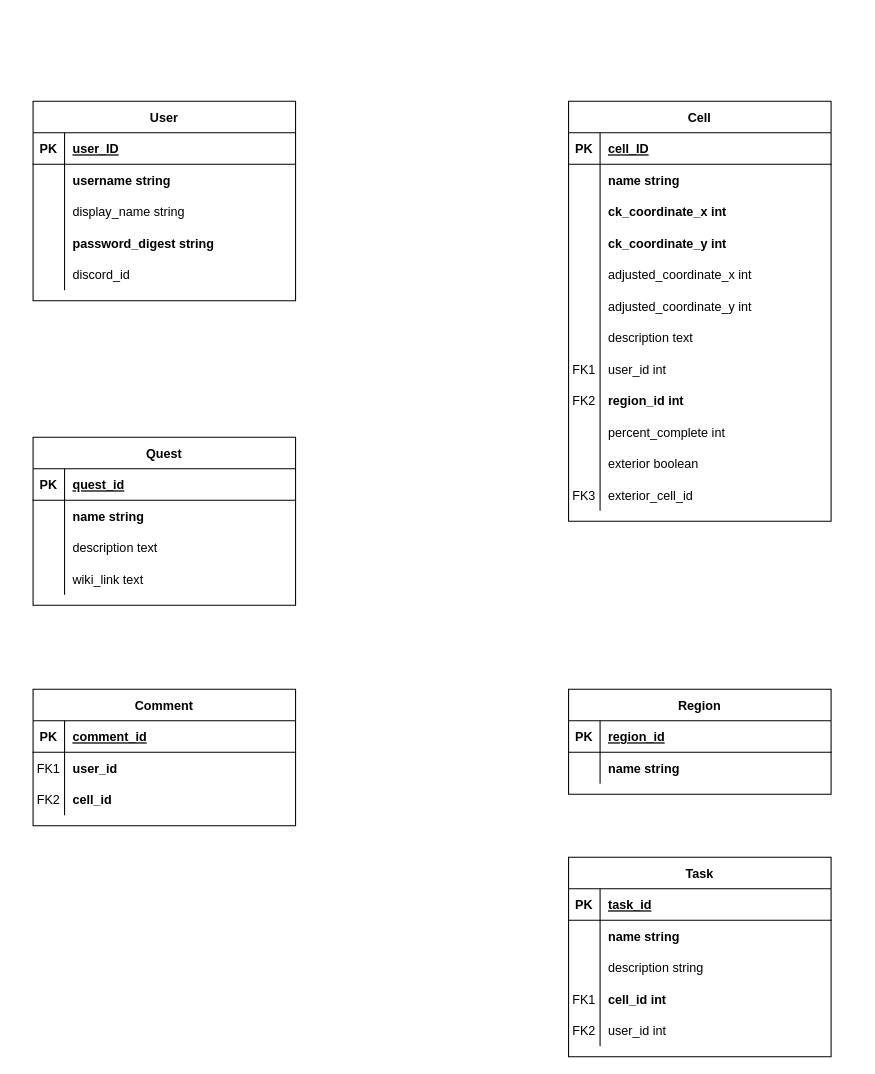
The draw.io diagram CascadiaCellTracker.drawio in kingsley113/Phase3-Rails-Project-CascadiaCellMate, before the edit. Source tidied: cells renumbered, new cells numbered last; positions are measured from the earlier drawing's top-left corner, leaving out a move shared by most shapes. Both pictures are drawn from the tidied source at 105%, with x=0, y=0 at pixel (33, 101).
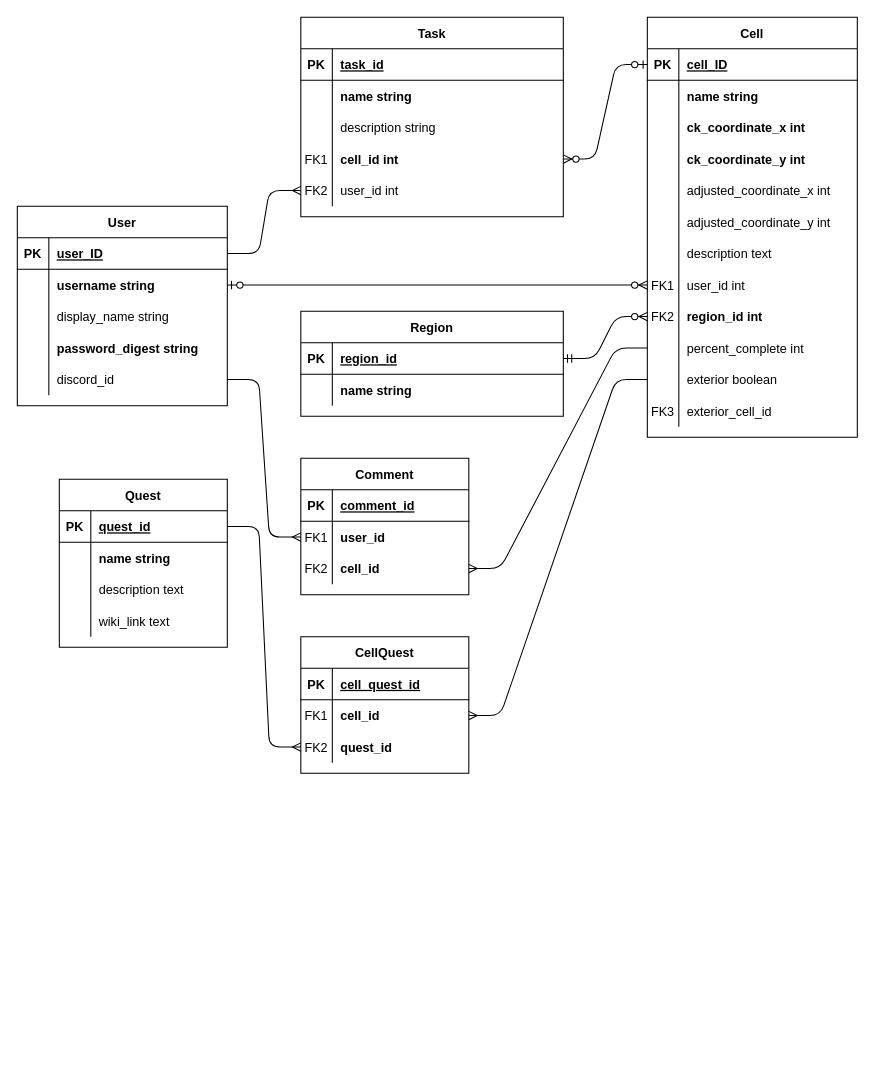
The same page after the edit.

Unchanged cells that the change refers to:
```xml
<mxCell id="78" style="shape=partialRectangle;fillColor=none;points=[[0,0.5],[1,0.5]];portConstraint=eastwest;top=0;left=0;right=0;bottom=0;" parent="68" vertex="1">
  <mxGeometry y="120" width="250" height="30" as="geometry" />
</mxCell>
<mxCell id="81" style="shape=partialRectangle;fillColor=none;points=[[0,0.5],[1,0.5]];portConstraint=eastwest;top=0;left=0;right=0;bottom=0;" parent="68" vertex="1">
  <mxGeometry y="150" width="250" height="30" as="geometry" />
</mxCell>
<mxCell id="95" style="shape=partialRectangle;fillColor=none;points=[[0,0.5],[1,0.5]];portConstraint=eastwest;top=0;left=0;right=0;bottom=1;" parent="94" vertex="1">
  <mxGeometry y="30" width="250" height="30" as="geometry" />
</mxCell>
```

The edit, as a diff of the source:
```diff
@@
     <mxCell id="2" value="Cell" style="shape=table;startSize=30;childLayout=tableLayout;rowLines=0;fontStyle=1;align=center;" parent="1" vertex="1">
-      <mxGeometry x="510" width="250" height="400" as="geometry" />
+      <mxGeometry x="585" y="-80" width="200" height="400" as="geometry" />
     </mxCell>
     <mxCell id="3" style="shape=partialRectangle;fillColor=none;points=[[0,0.5],[1,0.5]];portConstraint=eastwest;top=0;left=0;right=0;bottom=1;" parent="2" vertex="1">
-      <mxGeometry y="30" width="250" height="30" as="geometry" />
+      <mxGeometry y="30" width="200" height="30" as="geometry" />
     </mxCell>
@@
     <mxCell id="5" value="cell_ID" style="shape=partialRectangle;overflow=hidden;fillColor=none;top=0;left=0;bottom=0;right=0;align=left;spacingLeft=6;fontStyle=5;" parent="3" vertex="1">
-      <mxGeometry x="30" width="220" height="30" as="geometry" />
+      <mxGeometry x="30" width="170" height="30" as="geometry" />
     </mxCell>
     <mxCell id="6" style="shape=partialRectangle;fillColor=none;top=0;left=0;right=0;bottom=0;" parent="2" vertex="1">
-      <mxGeometry y="60" width="250" height="30" as="geometry" />
+      <mxGeometry y="60" width="200" height="30" as="geometry" />
     </mxCell>
@@
     <mxCell id="8" value="name string" style="shape=partialRectangle;overflow=hidden;fillColor=none;top=0;left=0;bottom=0;right=0;align=left;spacingLeft=6;fontStyle=1;" parent="6" vertex="1">
-      <mxGeometry x="30" width="220" height="30" as="geometry" />
+      <mxGeometry x="30" width="170" height="30" as="geometry" />
     </mxCell>
     <mxCell id="9" style="shape=partialRectangle;fillColor=none;top=0;left=0;right=0;bottom=0;" parent="2" vertex="1">
-      <mxGeometry y="90" width="250" height="30" as="geometry" />
+      <mxGeometry y="90" width="200" height="30" as="geometry" />
     </mxCell>
@@
     <mxCell id="11" value="ck_coordinate_x int" style="shape=partialRectangle;overflow=hidden;fillColor=none;top=0;left=0;bottom=0;right=0;align=left;spacingLeft=6;fontStyle=1;" parent="9" vertex="1">
-      <mxGeometry x="30" width="220" height="30" as="geometry" />
+      <mxGeometry x="30" width="170" height="30" as="geometry" />
     </mxCell>
     <mxCell id="12" style="shape=partialRectangle;fillColor=none;top=0;left=0;right=0;bottom=0;" parent="2" vertex="1">
-      <mxGeometry y="120" width="250" height="30" as="geometry" />
+      <mxGeometry y="120" width="200" height="30" as="geometry" />
     </mxCell>
@@
     <mxCell id="14" value="ck_coordinate_y int" style="shape=partialRectangle;overflow=hidden;fillColor=none;top=0;left=0;bottom=0;right=0;align=left;spacingLeft=6;fontStyle=1;" parent="12" vertex="1">
-      <mxGeometry x="30" width="220" height="30" as="geometry" />
+      <mxGeometry x="30" width="170" height="30" as="geometry" />
     </mxCell>
     <mxCell id="15" style="shape=partialRectangle;fillColor=none;top=0;left=0;right=0;bottom=0;" parent="2" vertex="1">
-      <mxGeometry y="150" width="250" height="30" as="geometry" />
+      <mxGeometry y="150" width="200" height="30" as="geometry" />
     </mxCell>
@@
     <mxCell id="17" value="adjusted_coordinate_x int" style="shape=partialRectangle;overflow=hidden;fillColor=none;top=0;left=0;bottom=0;right=0;align=left;spacingLeft=6;" parent="15" vertex="1">
-      <mxGeometry x="30" width="220" height="30" as="geometry" />
+      <mxGeometry x="30" width="170" height="30" as="geometry" />
     </mxCell>
     <mxCell id="18" style="shape=partialRectangle;fillColor=none;top=0;left=0;right=0;bottom=0;" parent="2" vertex="1">
-      <mxGeometry y="180" width="250" height="30" as="geometry" />
+      <mxGeometry y="180" width="200" height="30" as="geometry" />
     </mxCell>
@@
     <mxCell id="20" value="adjusted_coordinate_y int" style="shape=partialRectangle;overflow=hidden;fillColor=none;top=0;left=0;bottom=0;right=0;align=left;spacingLeft=6;" parent="18" vertex="1">
-      <mxGeometry x="30" width="220" height="30" as="geometry" />
+      <mxGeometry x="30" width="170" height="30" as="geometry" />
     </mxCell>
     <mxCell id="21" style="shape=partialRectangle;fillColor=none;top=0;left=0;right=0;bottom=0;" parent="2" vertex="1">
-      <mxGeometry y="210" width="250" height="30" as="geometry" />
+      <mxGeometry y="210" width="200" height="30" as="geometry" />
     </mxCell>
@@
     <mxCell id="23" value="description text" style="shape=partialRectangle;overflow=hidden;fillColor=none;top=0;left=0;bottom=0;right=0;align=left;spacingLeft=6;" parent="21" vertex="1">
-      <mxGeometry x="30" width="220" height="30" as="geometry" />
+      <mxGeometry x="30" width="170" height="30" as="geometry" />
     </mxCell>
     <mxCell id="24" style="shape=partialRectangle;fillColor=none;points=[[0,0.5],[1,0.5]];portConstraint=eastwest;top=0;left=0;right=0;bottom=0;" parent="2" vertex="1">
-      <mxGeometry y="240" width="250" height="30" as="geometry" />
+      <mxGeometry y="240" width="200" height="30" as="geometry" />
     </mxCell>
@@
     <mxCell id="26" value="user_id int" style="shape=partialRectangle;overflow=hidden;fillColor=none;top=0;left=0;bottom=0;right=0;align=left;spacingLeft=6;" parent="24" vertex="1">
-      <mxGeometry x="30" width="220" height="30" as="geometry" />
+      <mxGeometry x="30" width="170" height="30" as="geometry" />
     </mxCell>
     <mxCell id="27" style="shape=partialRectangle;fillColor=none;points=[[0,0.5],[1,0.5]];portConstraint=eastwest;top=0;left=0;right=0;bottom=0;" parent="2" vertex="1">
-      <mxGeometry y="270" width="250" height="30" as="geometry" />
+      <mxGeometry y="270" width="200" height="30" as="geometry" />
     </mxCell>
@@
     <mxCell id="29" value="region_id int" style="shape=partialRectangle;overflow=hidden;fillColor=none;top=0;left=0;bottom=0;right=0;align=left;spacingLeft=6;fontStyle=1;" parent="27" vertex="1">
-      <mxGeometry x="30" width="220" height="30" as="geometry" />
+      <mxGeometry x="30" width="170" height="30" as="geometry" />
     </mxCell>
     <mxCell id="30" style="shape=partialRectangle;fillColor=none;points=[[0,0.5],[1,0.5]];portConstraint=eastwest;top=0;left=0;right=0;bottom=0;" parent="2" vertex="1">
-      <mxGeometry y="300" width="250" height="30" as="geometry" />
+      <mxGeometry y="300" width="200" height="30" as="geometry" />
     </mxCell>
@@
     <mxCell id="32" value="percent_complete int" style="shape=partialRectangle;overflow=hidden;fillColor=none;top=0;left=0;bottom=0;right=0;align=left;spacingLeft=6;" parent="30" vertex="1">
-      <mxGeometry x="30" width="220" height="30" as="geometry" />
+      <mxGeometry x="30" width="170" height="30" as="geometry" />
     </mxCell>
     <mxCell id="33" style="shape=partialRectangle;fillColor=none;points=[[0,0.5],[1,0.5]];portConstraint=eastwest;top=0;left=0;right=0;bottom=0;" parent="2" vertex="1">
-      <mxGeometry y="330" width="250" height="30" as="geometry" />
+      <mxGeometry y="330" width="200" height="30" as="geometry" />
     </mxCell>
@@
     <mxCell id="35" value="exterior boolean" style="shape=partialRectangle;overflow=hidden;fillColor=none;top=0;left=0;bottom=0;right=0;align=left;spacingLeft=6;fontStyle=0;" parent="33" vertex="1">
-      <mxGeometry x="30" width="220" height="30" as="geometry" />
+      <mxGeometry x="30" width="170" height="30" as="geometry" />
     </mxCell>
     <mxCell id="36" style="shape=partialRectangle;fillColor=none;top=0;left=0;right=0;bottom=0;" parent="2" vertex="1">
-      <mxGeometry y="360" width="250" height="30" as="geometry" />
+      <mxGeometry y="360" width="200" height="30" as="geometry" />
     </mxCell>
@@
     <mxCell id="38" value="exterior_cell_id" style="shape=partialRectangle;overflow=hidden;fillColor=none;top=0;left=0;bottom=0;right=0;align=left;spacingLeft=6;" parent="36" vertex="1">
-      <mxGeometry x="30" width="220" height="30" as="geometry" />
+      <mxGeometry x="30" width="170" height="30" as="geometry" />
     </mxCell>
     <mxCell id="39" value="Quest" style="shape=table;startSize=30;childLayout=tableLayout;rowLines=0;fontStyle=1;align=center;" parent="1" vertex="1">
-      <mxGeometry y="320" width="250" height="160" as="geometry" />
+      <mxGeometry x="25" y="360" width="160" height="160" as="geometry" />
     </mxCell>
     <mxCell id="40" style="shape=partialRectangle;fillColor=none;points=[[0,0.5],[1,0.5]];portConstraint=eastwest;top=0;left=0;right=0;bottom=1;" parent="39" vertex="1">
-      <mxGeometry y="30" width="250" height="30" as="geometry" />
+      <mxGeometry y="30" width="160" height="30" as="geometry" />
     </mxCell>
@@
     <mxCell id="42" value="quest_id" style="shape=partialRectangle;overflow=hidden;fillColor=none;top=0;left=0;bottom=0;right=0;align=left;spacingLeft=6;fontStyle=5;" parent="40" vertex="1">
-      <mxGeometry x="30" width="220" height="30" as="geometry" />
+      <mxGeometry x="30" width="130" height="30" as="geometry" />
     </mxCell>
     <mxCell id="43" style="shape=partialRectangle;fillColor=none;top=0;left=0;right=0;bottom=0;" parent="39" vertex="1">
-      <mxGeometry y="60" width="250" height="30" as="geometry" />
+      <mxGeometry y="60" width="160" height="30" as="geometry" />
     </mxCell>
@@
     <mxCell id="45" value="name string" style="shape=partialRectangle;overflow=hidden;fillColor=none;top=0;left=0;bottom=0;right=0;align=left;spacingLeft=6;fontStyle=1;" parent="43" vertex="1">
-      <mxGeometry x="30" width="220" height="30" as="geometry" />
+      <mxGeometry x="30" width="130" height="30" as="geometry" />
     </mxCell>
     <mxCell id="46" style="shape=partialRectangle;fillColor=none;top=0;left=0;right=0;bottom=0;" parent="39" vertex="1">
-      <mxGeometry y="90" width="250" height="30" as="geometry" />
+      <mxGeometry y="90" width="160" height="30" as="geometry" />
     </mxCell>
@@
     <mxCell id="48" value="description text" style="shape=partialRectangle;overflow=hidden;fillColor=none;top=0;left=0;bottom=0;right=0;align=left;spacingLeft=6;" parent="46" vertex="1">
-      <mxGeometry x="30" width="220" height="30" as="geometry" />
+      <mxGeometry x="30" width="130" height="30" as="geometry" />
     </mxCell>
     <mxCell id="49" style="shape=partialRectangle;fillColor=none;top=0;left=0;right=0;bottom=0;" parent="39" vertex="1">
-      <mxGeometry y="120" width="250" height="30" as="geometry" />
+      <mxGeometry y="120" width="160" height="30" as="geometry" />
     </mxCell>
@@
     <mxCell id="51" value="wiki_link text" style="shape=partialRectangle;overflow=hidden;fillColor=none;top=0;left=0;bottom=0;right=0;align=left;spacingLeft=6;" parent="49" vertex="1">
-      <mxGeometry x="30" width="220" height="30" as="geometry" />
+      <mxGeometry x="30" width="130" height="30" as="geometry" />
     </mxCell>
     <mxCell id="52" value="User" style="shape=table;startSize=30;childLayout=tableLayout;rowLines=0;fontStyle=1;align=center;" parent="1" vertex="1">
-      <mxGeometry width="250" height="190" as="geometry" />
+      <mxGeometry x="-15" y="100" width="200" height="190" as="geometry" />
     </mxCell>
     <mxCell id="53" style="shape=partialRectangle;fillColor=none;points=[[0,0.5],[1,0.5]];portConstraint=eastwest;top=0;left=0;right=0;bottom=1;" parent="52" vertex="1">
-      <mxGeometry y="30" width="250" height="30" as="geometry" />
+      <mxGeometry y="30" width="200" height="30" as="geometry" />
     </mxCell>
@@
     <mxCell id="55" value="user_ID" style="shape=partialRectangle;overflow=hidden;fillColor=none;top=0;left=0;bottom=0;right=0;align=left;spacingLeft=6;fontStyle=5;" parent="53" vertex="1">
-      <mxGeometry x="30" width="220" height="30" as="geometry" />
+      <mxGeometry x="30" width="170" height="30" as="geometry" />
     </mxCell>
     <mxCell id="56" style="shape=partialRectangle;fillColor=none;points=[[0,0.5],[1,0.5]];portConstraint=eastwest;top=0;left=0;right=0;bottom=0;" parent="52" vertex="1">
-      <mxGeometry y="60" width="250" height="30" as="geometry" />
+      <mxGeometry y="60" width="200" height="30" as="geometry" />
     </mxCell>
@@
     <mxCell id="58" value="username string" style="shape=partialRectangle;overflow=hidden;fillColor=none;top=0;left=0;bottom=0;right=0;align=left;spacingLeft=6;fontStyle=1;" parent="56" vertex="1">
-      <mxGeometry x="30" width="220" height="30" as="geometry" />
+      <mxGeometry x="30" width="170" height="30" as="geometry" />
     </mxCell>
     <mxCell id="59" style="shape=partialRectangle;fillColor=none;top=0;left=0;right=0;bottom=0;" parent="52" vertex="1">
-      <mxGeometry y="90" width="250" height="30" as="geometry" />
+      <mxGeometry y="90" width="200" height="30" as="geometry" />
     </mxCell>
@@
     <mxCell id="61" value="display_name string" style="shape=partialRectangle;overflow=hidden;fillColor=none;top=0;left=0;bottom=0;right=0;align=left;spacingLeft=6;" parent="59" vertex="1">
-      <mxGeometry x="30" width="220" height="30" as="geometry" />
+      <mxGeometry x="30" width="170" height="30" as="geometry" />
     </mxCell>
     <mxCell id="62" style="shape=partialRectangle;fillColor=none;top=0;left=0;right=0;bottom=0;" parent="52" vertex="1">
-      <mxGeometry y="120" width="250" height="30" as="geometry" />
+      <mxGeometry y="120" width="200" height="30" as="geometry" />
     </mxCell>
@@
     <mxCell id="64" value="password_digest string" style="shape=partialRectangle;overflow=hidden;fillColor=none;top=0;left=0;bottom=0;right=0;align=left;spacingLeft=6;fontStyle=1;" parent="62" vertex="1">
-      <mxGeometry x="30" width="220" height="30" as="geometry" />
+      <mxGeometry x="30" width="170" height="30" as="geometry" />
     </mxCell>
     <mxCell id="65" style="shape=partialRectangle;fillColor=none;points=[[0,0.5],[1,0.5]];portConstraint=eastwest;top=0;left=0;right=0;bottom=0;" parent="52" vertex="1">
-      <mxGeometry y="150" width="250" height="30" as="geometry" />
+      <mxGeometry y="150" width="200" height="30" as="geometry" />
     </mxCell>
@@
     <mxCell id="67" value="discord_id" style="shape=partialRectangle;overflow=hidden;fillColor=none;top=0;left=0;bottom=0;right=0;align=left;spacingLeft=6;" parent="65" vertex="1">
-      <mxGeometry x="30" width="220" height="30" as="geometry" />
+      <mxGeometry x="30" width="170" height="30" as="geometry" />
     </mxCell>
     <mxCell id="68" value="Task" style="shape=table;startSize=30;childLayout=tableLayout;rowLines=0;fontStyle=1;align=center;" parent="1" vertex="1">
-      <mxGeometry x="510" y="720" width="250" height="190" as="geometry" />
+      <mxGeometry x="255" y="-80" width="250" height="190" as="geometry" />
     </mxCell>
@@
     <mxCell id="84" value="Comment" style="shape=table;startSize=30;childLayout=tableLayout;rowLines=0;fontStyle=1;align=center;" parent="1" vertex="1">
-      <mxGeometry y="560" width="250" height="130" as="geometry" />
+      <mxGeometry x="255" y="340" width="160" height="130" as="geometry" />
     </mxCell>
     <mxCell id="85" style="shape=partialRectangle;fillColor=none;top=0;left=0;right=0;bottom=1;" parent="84" vertex="1">
-      <mxGeometry y="30" width="250" height="30" as="geometry" />
+      <mxGeometry y="30" width="160" height="30" as="geometry" />
     </mxCell>
@@
     <mxCell id="87" value="comment_id" style="shape=partialRectangle;overflow=hidden;fillColor=none;top=0;left=0;bottom=0;right=0;align=left;spacingLeft=6;fontStyle=5;" parent="85" vertex="1">
-      <mxGeometry x="30" width="220" height="30" as="geometry" />
+      <mxGeometry x="30" width="130" height="30" as="geometry" />
     </mxCell>
     <mxCell id="88" style="shape=partialRectangle;fillColor=none;points=[[0,0.5],[1,0.5]];portConstraint=eastwest;top=0;left=0;right=0;bottom=0;" parent="84" vertex="1">
-      <mxGeometry y="60" width="250" height="30" as="geometry" />
+      <mxGeometry y="60" width="160" height="30" as="geometry" />
     </mxCell>
@@
     <mxCell id="90" value="user_id" style="shape=partialRectangle;overflow=hidden;fillColor=none;top=0;left=0;bottom=0;right=0;align=left;spacingLeft=6;fontStyle=1;" parent="88" vertex="1">
-      <mxGeometry x="30" width="220" height="30" as="geometry" />
+      <mxGeometry x="30" width="130" height="30" as="geometry" />
     </mxCell>
     <mxCell id="91" style="shape=partialRectangle;fillColor=none;points=[[0,0.5],[1,0.5]];portConstraint=eastwest;top=0;left=0;right=0;bottom=0;" parent="84" vertex="1">
-      <mxGeometry y="90" width="250" height="30" as="geometry" />
+      <mxGeometry y="90" width="160" height="30" as="geometry" />
     </mxCell>
@@
     <mxCell id="93" value="cell_id" style="shape=partialRectangle;overflow=hidden;fillColor=none;top=0;left=0;bottom=0;right=0;align=left;spacingLeft=6;fontStyle=1;" parent="91" vertex="1">
-      <mxGeometry x="30" width="220" height="30" as="geometry" />
+      <mxGeometry x="30" width="130" height="30" as="geometry" />
     </mxCell>
     <mxCell id="94" value="Region" style="shape=table;startSize=30;childLayout=tableLayout;rowLines=0;fontStyle=1;align=center;" parent="1" vertex="1">
-      <mxGeometry x="510" y="560" width="250" height="100" as="geometry" />
+      <mxGeometry x="255" y="200" width="250" height="100" as="geometry" />
     </mxCell>
@@
+    <mxCell id="101" style="edgeStyle=entityRelationEdgeStyle;fontSize=12;html=1;endArrow=ERzeroToMany;startArrow=ERzeroToOne;endFill=1;startFill=1;" parent="1" edge="1" source="56" target="24">
+      <mxGeometry relative="1" as="geometry" />
+    </mxCell>
+    <mxCell id="102" style="edgeStyle=entityRelationEdgeStyle;fontSize=12;html=1;endArrow=ERzeroToMany;startArrow=ERmandOne;" parent="1" edge="1" source="95" target="27">
+      <mxGeometry relative="1" as="geometry" />
+    </mxCell>
+    <mxCell id="103" style="edgeStyle=entityRelationEdgeStyle;fontSize=12;html=1;endArrow=ERzeroToMany;startArrow=ERzeroToOne;" parent="1" edge="1" source="3" target="78">
+      <mxGeometry relative="1" as="geometry" />
+    </mxCell>
+    <mxCell id="104" value="CellQuest" style="shape=table;startSize=30;childLayout=tableLayout;rowLines=0;fontStyle=1;align=center;" parent="1" vertex="1">
+      <mxGeometry x="255" y="510" width="160" height="130" as="geometry" />
+    </mxCell>
+    <mxCell id="105" style="shape=partialRectangle;fillColor=none;top=0;left=0;right=0;bottom=1;" parent="104" vertex="1">
+      <mxGeometry y="30" width="160" height="30" as="geometry" />
+    </mxCell>
+    <mxCell id="106" value="PK" style="shape=partialRectangle;overflow=hidden;fillColor=none;top=0;left=0;bottom=0;right=0;fontStyle=1;" parent="105" vertex="1">
+      <mxGeometry width="30" height="30" as="geometry" />
+    </mxCell>
+    <mxCell id="107" value="cell_quest_id" style="shape=partialRectangle;overflow=hidden;fillColor=none;top=0;left=0;bottom=0;right=0;align=left;spacingLeft=6;fontStyle=5;" parent="105" vertex="1">
+      <mxGeometry x="30" width="130" height="30" as="geometry" />
+    </mxCell>
+    <mxCell id="108" style="shape=partialRectangle;fillColor=none;points=[[0,0.5],[1,0.5]];portConstraint=eastwest;top=0;left=0;right=0;bottom=0;" parent="104" vertex="1">
+      <mxGeometry y="60" width="160" height="30" as="geometry" />
+    </mxCell>
+    <mxCell id="109" value="FK1" style="shape=partialRectangle;overflow=hidden;fillColor=none;top=0;left=0;bottom=0;right=0;" parent="108" vertex="1">
+      <mxGeometry width="30" height="30" as="geometry" />
+    </mxCell>
+    <mxCell id="110" value="cell_id" style="shape=partialRectangle;overflow=hidden;fillColor=none;top=0;left=0;bottom=0;right=0;align=left;spacingLeft=6;fontStyle=1;" parent="108" vertex="1">
+      <mxGeometry x="30" width="130" height="30" as="geometry" />
+    </mxCell>
+    <mxCell id="111" style="shape=partialRectangle;fillColor=none;points=[[0,0.5],[1,0.5]];portConstraint=eastwest;top=0;left=0;right=0;bottom=0;" parent="104" vertex="1">
+      <mxGeometry y="90" width="160" height="30" as="geometry" />
+    </mxCell>
+    <mxCell id="112" value="FK2" style="shape=partialRectangle;overflow=hidden;fillColor=none;top=0;left=0;bottom=0;right=0;" parent="111" vertex="1">
+      <mxGeometry width="30" height="30" as="geometry" />
+    </mxCell>
+    <mxCell id="113" value="quest_id" style="shape=partialRectangle;overflow=hidden;fillColor=none;top=0;left=0;bottom=0;right=0;align=left;spacingLeft=6;fontStyle=1;" parent="111" vertex="1">
+      <mxGeometry x="30" width="130" height="30" as="geometry" />
+    </mxCell>
+    <mxCell id="114" style="edgeStyle=entityRelationEdgeStyle;fontSize=12;html=1;endArrow=ERmany;exitX=1;exitY=0.5;exitDx=0;exitDy=0;" parent="1" edge="1" source="40" target="111">
+      <mxGeometry relative="1" as="geometry" />
+    </mxCell>
+    <mxCell id="115" style="edgeStyle=entityRelationEdgeStyle;fontSize=12;html=1;endArrow=ERmany;exitX=0;exitY=0.5;exitDx=0;exitDy=0;" parent="1" edge="1" source="33" target="108">
+      <mxGeometry relative="1" as="geometry" />
+    </mxCell>
+    <mxCell id="116" style="edgeStyle=entityRelationEdgeStyle;fontSize=12;html=1;endArrow=ERmany;exitX=1;exitY=0.5;exitDx=0;exitDy=0;" parent="1" edge="1" source="65" target="88">
+      <mxGeometry relative="1" as="geometry" />
+    </mxCell>
+    <mxCell id="117" style="edgeStyle=entityRelationEdgeStyle;fontSize=12;html=1;endArrow=ERmany;exitX=0;exitY=0.5;exitDx=0;exitDy=0;" parent="1" edge="1" source="30" target="91">
+      <mxGeometry relative="1" as="geometry" />
+    </mxCell>
+    <mxCell id="118" style="edgeStyle=entityRelationEdgeStyle;fontSize=12;html=1;endArrow=ERmany;" parent="1" edge="1" source="53" target="81">
+      <mxGeometry relative="1" as="geometry" />
+    </mxCell>
```
